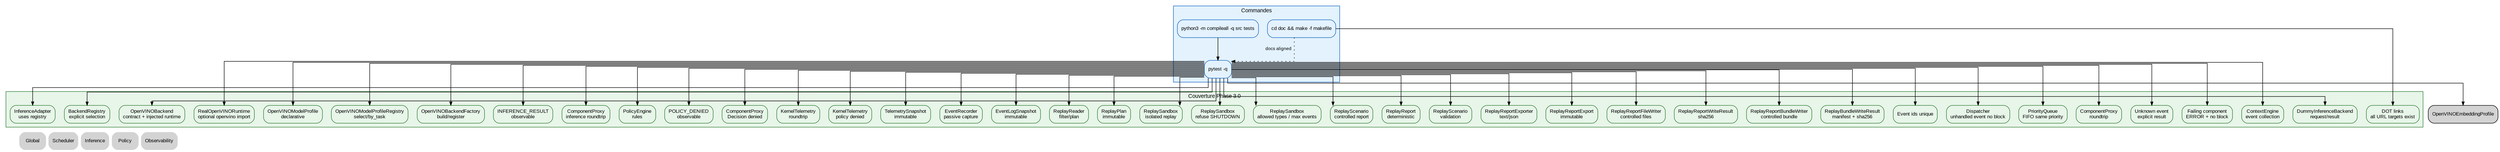
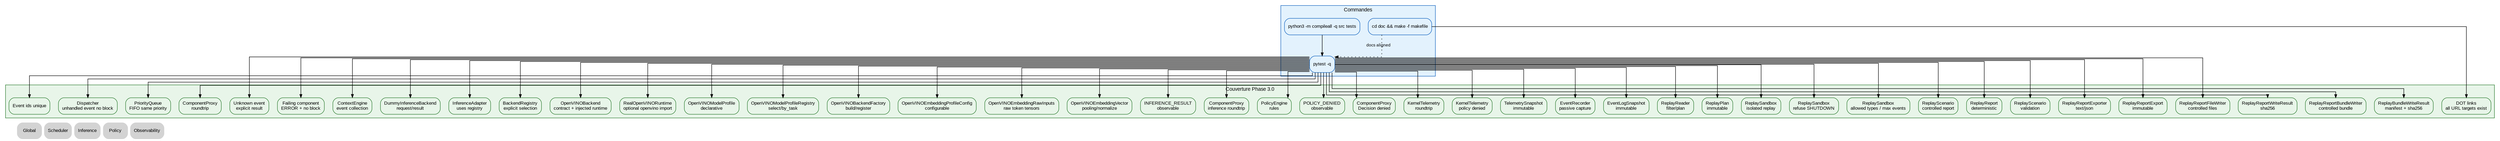
digraph Tests {
    rankdir=TB;
    splines=ortho;

    graph [fontname="Arial", fontsize=11];
    node [shape=box, style="rounded,filled", fontname="Arial", fontsize=10];
    edge [fontname="Arial", fontsize=9, arrowsize=0.7];

    // ROADMAP_NOTE[phase2_9]:
    // Ajout des tests RealOpenVINORuntime avec faux module openvino injecté.
    // Ces tests valident l'import isolé, les entrées brutes, le cache de modèle
    // compilé et l'absence de modèle/tokenizer imposé.

    // ROADMAP_NOTE[phase3_0]:
    // Ajout des tests OpenVINOModelProfile et OpenVINOModelProfileRegistry pour
    // préparer plusieurs modèles sans fallback implicite.

    // ROADMAP_NOTE[phase3_1]:
    // Ajout des tests OpenVINOBackendFactory pour construire et enregistrer un
    // backend depuis un profil explicite sans importer openvino.

    // ROADMAP_NOTE[phase3_2]:
    // Ajout des tests OpenVINOEmbeddingProfileConfig pour déclarer un profil
    // embedding configurable sans modèle local imposé.
+ 
+     // ROADMAP_NOTE[phase3_3]:
+     // Ajout des tests OpenVINOEmbeddingRawInputs et
+     // OpenVINOEmbeddingOutputAdapter pour valider tokens bruts, pooling,
+     // normalisation et vecteur stable sans tokenizer ni Qdrant.

    subgraph cluster_commands {
        label="Commandes";
        color="#1565c0";
        bgcolor="#e3f2fd";
        node [fillcolor="#e3f2fd", color="#1565c0"];
        Compile [label="python3 -m compileall -q src tests"];
        Pytest [label="pytest -q"];
        Dot [label="cd doc && make -f makefile"];
    }

    subgraph cluster_coverage {
        label="Couverture Phase 3.0";
        color="#2e7d32";
        bgcolor="#e8f5e9";
        node [fillcolor="#e8f5e9", color="#2e7d32"];
        EventIds [label="Event ids unique"];
        Dispatcher [label="Dispatcher\nunhandled event no block"];
        Queue [label="PriorityQueue\nFIFO same priority"];
        Proxy [label="ComponentProxy\nroundtrip"];
        Unknown [label="Unknown event\nexplicit result"];
        Failure [label="Failing component\nERROR + no block"];
        Context [label="ContextEngine\nevent collection"];
        Inference [label="DummyInferenceBackend\nrequest/result"];
        InferenceAdapter [label="InferenceAdapter\nuses registry"];
        BackendRegistry [label="BackendRegistry\nexplicit selection"];
        OpenVINOContract [label="OpenVINOBackend\ncontract + injected runtime", URL="../inference/41_openvino_backend.svg"];
        OpenVINORuntime [label="RealOpenVINORuntime\noptional openvino import", URL="../inference/42_openvino_runtime.svg"];
        OpenVINOProfile [label="OpenVINOModelProfile\ndeclarative", URL="../inference/43_openvino_profiles.svg"];
        OpenVINOProfileRegistry [label="OpenVINOModelProfileRegistry\nselect/by_task", URL="../inference/43_openvino_profiles.svg"];
        OpenVINOBackendFactory [label="OpenVINOBackendFactory\nbuild/register", URL="../inference/43_openvino_profiles.svg"];
+         OpenVINOEmbeddingProfile [label="OpenVINOEmbeddingProfileConfig\nconfigurable", URL="../inference/44_openvino_embedding_profile.svg"];
+         OpenVINOEmbeddingRaw [label="OpenVINOEmbeddingRawInputs\nraw token tensors", URL="../inference/45_openvino_embedding_raw.svg"];
+         OpenVINOEmbeddingVector [label="OpenVINOEmbeddingVector\npooling/normalize", URL="../inference/45_openvino_embedding_raw.svg"];
        InferenceObs [label="INFERENCE_RESULT\nobservable"];
        InferenceProxy [label="ComponentProxy\ninference roundtrip"];
        PolicyRules [label="PolicyEngine\nrules"];
        PolicyDenied [label="POLICY_DENIED\nobservable"];
        PolicyProxy [label="ComponentProxy\nDecision denied"];
        TelemetryRoundtrip [label="KernelTelemetry\nroundtrip"];
        TelemetryDenied [label="KernelTelemetry\npolicy denied"];
        TelemetrySnapshot [label="TelemetrySnapshot\nimmutable"];
        EventRecorder [label="EventRecorder\npassive capture"];
        EventLogSnapshot [label="EventLogSnapshot\nimmutable"];
        ReplayReader [label="ReplayReader\nfilter/plan"];
        ReplayPlan [label="ReplayPlan\nimmutable"];
        ReplaySandbox [label="ReplaySandbox\nisolated replay"];
        ReplaySandboxDenied [label="ReplaySandbox\nrefuse SHUTDOWN"];
        ReplaySandboxLimits [label="ReplaySandbox\nallowed types / max events"];
        ReplayScenario [label="ReplayScenario\ncontrolled report"];
        ReplayReport [label="ReplayReport\ndeterministic"];
        ReplayScenarioValidation [label="ReplayScenario\nvalidation"];
        ReplayReportExporter [label="ReplayReportExporter\ntext/json"];
        ReplayReportExport [label="ReplayReportExport\nimmutable"];
        ReplayReportFileWriter [label="ReplayReportFileWriter\ncontrolled files"];
        ReplayReportWriteResult [label="ReplayReportWriteResult\nsha256"];
        ReplayReportBundleWriter [label="ReplayReportBundleWriter\ncontrolled bundle"];
        ReplayBundleWriteResult [label="ReplayBundleWriteResult\nmanifest + sha256"];
        DotLinks [label="DOT links\nall URL targets exist"];
    }

    Compile -> Pytest;
    Pytest -> EventIds;
    Pytest -> Dispatcher;
    Pytest -> Queue;
    Pytest -> Proxy;
    Pytest -> Unknown;
    Pytest -> Failure;
    Pytest -> Context;
    Pytest -> Inference;
    Pytest -> InferenceAdapter;
    Pytest -> BackendRegistry;
    Pytest -> OpenVINOContract;
    Pytest -> OpenVINORuntime;
    Pytest -> OpenVINOProfile;
    Pytest -> OpenVINOProfileRegistry;
    Pytest -> OpenVINOBackendFactory;
    Pytest -> OpenVINOEmbeddingProfile;
+     Pytest -> OpenVINOEmbeddingRaw;
+     Pytest -> OpenVINOEmbeddingVector;
    Pytest -> InferenceObs;
    Pytest -> InferenceProxy;
    Pytest -> PolicyRules;
    Pytest -> PolicyDenied;
    Pytest -> PolicyProxy;
    Pytest -> TelemetryRoundtrip;
    Pytest -> TelemetryDenied;
    Pytest -> TelemetrySnapshot;
    Pytest -> EventRecorder;
    Pytest -> EventLogSnapshot;
    Pytest -> ReplayReader;
    Pytest -> ReplayPlan;
    Pytest -> ReplaySandbox;
    Pytest -> ReplaySandboxDenied;
    Pytest -> ReplaySandboxLimits;
    Pytest -> ReplayScenario;
    Pytest -> ReplayReport;
    Pytest -> ReplayScenarioValidation;
    Pytest -> ReplayReportExporter;
    Pytest -> ReplayReportExport;
    Pytest -> ReplayReportFileWriter;
    Pytest -> ReplayReportWriteResult;
    Pytest -> ReplayReportBundleWriter;
    Pytest -> ReplayBundleWriteResult;
    Dot -> DotLinks;
    Dot -> Pytest [style=dotted, label="docs aligned"];

    Nav_Global [label="Global", shape=plaintext, URL="../00_global.svg"];
    Nav_Scheduler [label="Scheduler", shape=plaintext, URL="../scheduler/10_scheduler.svg"];
    Nav_Inference [label="Inference", shape=plaintext, URL="../inference/40_inference.svg"];
    Nav_Policy [label="Policy", shape=plaintext, URL="../00_global.svg"];
    Nav_Observability [label="Observability", shape=plaintext, URL="../observability/70_observability.svg"];

    { rank=sink; Nav_Global; Nav_Scheduler; Nav_Inference; Nav_Policy; Nav_Observability; }
}
